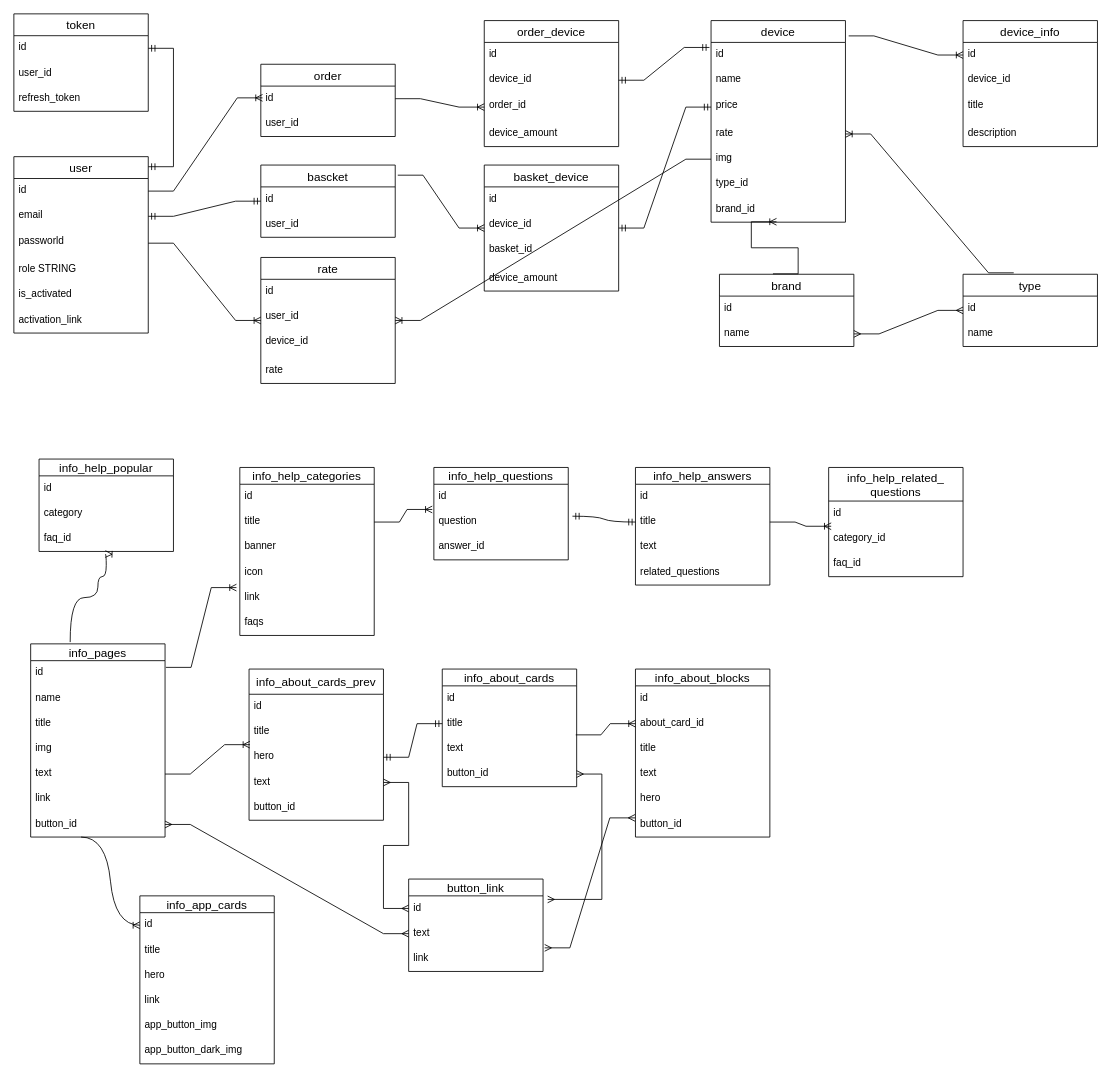
Above: server/models/db_diagram.drawio in zaxel/react_simple_shop (draw.io), before the change. Source tidied: cells renumbered, new cells numbered last; positions are measured from the earlier drawing's top-left corner, leaving out a move shared by most shapes. Both pictures are drawn from the tidied source at 84%, with x=0, y=0 at pixel (13, 13).
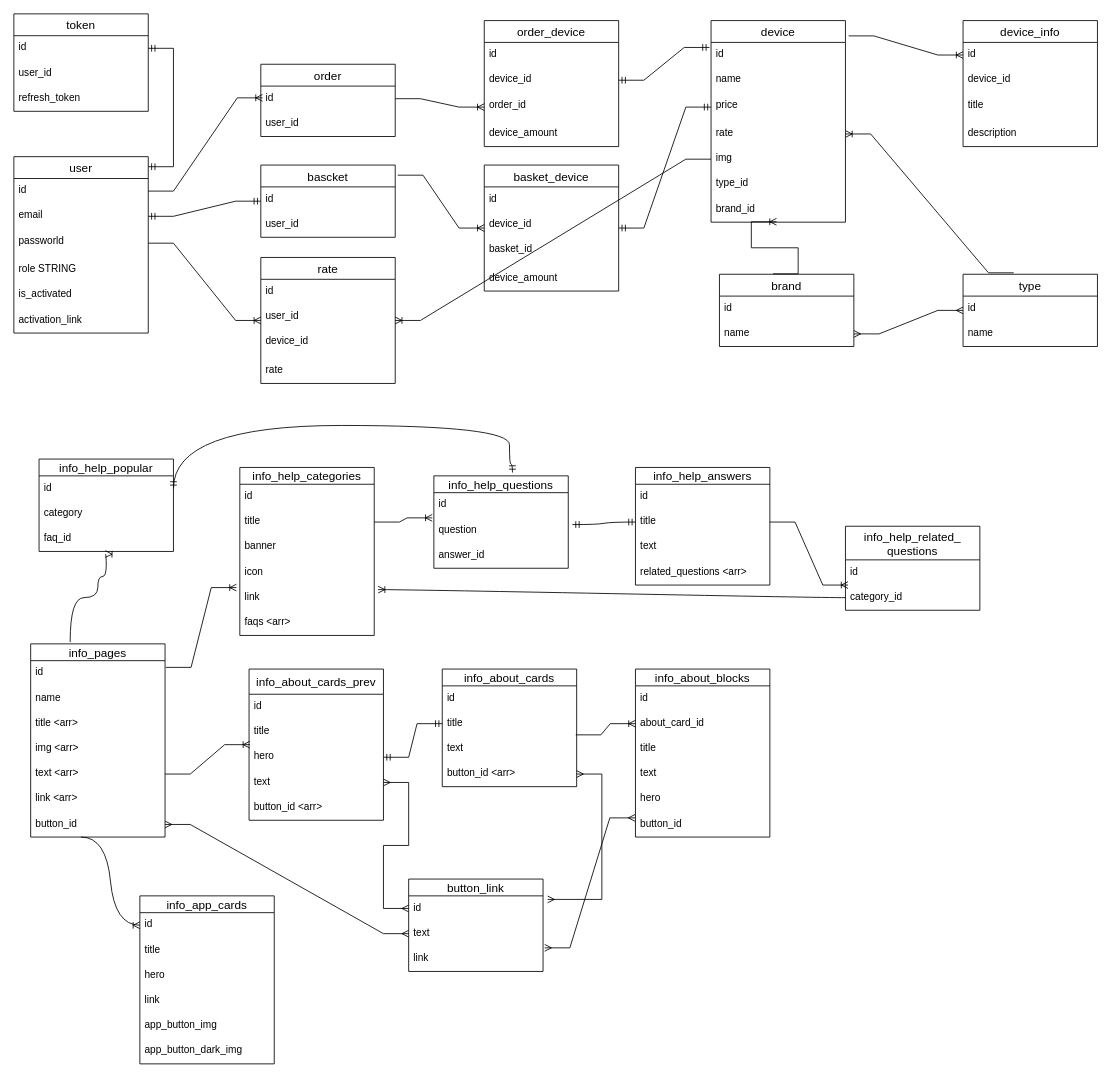
Above is the later version.

Commit message:
update db info page diagram

The change refers to these unchanged cells:
```xml
<mxCell id="66" value="info_pages" style="swimlane;fontStyle=0;horizontal=1;startSize=20;align=center;fontSize=14;" parent="1" vertex="1">
  <mxGeometry x="20" y="750" width="160" height="230" as="geometry" />
</mxCell>
<mxCell id="78" value="info_help_categories" style="swimlane;fontStyle=0;horizontal=1;startSize=20;align=center;fontSize=14;" parent="1" vertex="1">
  <mxGeometry x="269" y="540" width="160" height="200" as="geometry" />
</mxCell>
<mxCell id="83" value="link" style="text;strokeColor=none;fillColor=none;spacingLeft=4;spacingRight=4;overflow=hidden;points=[[0,0.5],[1,0.5]];portConstraint=eastwest;fontSize=12;" parent="78" vertex="1">
  <mxGeometry y="140" width="160" height="30" as="geometry" />
</mxCell>
<mxCell id="90" value="id" style="text;strokeColor=none;fillColor=none;spacingLeft=4;spacingRight=4;overflow=hidden;points=[[0,0.5],[1,0.5]];portConstraint=eastwest;fontSize=12;" parent="89" vertex="1">
  <mxGeometry y="20" width="160" height="30" as="geometry" />
</mxCell>
<mxCell id="98" value="category_id" style="text;strokeColor=none;fillColor=none;spacingLeft=4;spacingRight=4;overflow=hidden;points=[[0,0.5],[1,0.5]];portConstraint=eastwest;fontSize=12;" parent="96" vertex="1">
  <mxGeometry y="70" width="160" height="30" as="geometry" />
</mxCell>
<mxCell id="100" value="info_help_answers" style="swimlane;fontStyle=0;horizontal=1;startSize=20;align=center;fontSize=14;" parent="1" vertex="1">
  <mxGeometry x="740" y="540" width="160" height="140" as="geometry" />
</mxCell>
<mxCell id="115" value="info_about_cards_prev" style="swimlane;fontStyle=0;horizontal=1;startSize=30;align=center;fontSize=14;" parent="1" vertex="1">
  <mxGeometry x="280" y="780" width="160" height="180" as="geometry" />
</mxCell>
<mxCell id="122" value="info_about_cards" style="swimlane;fontStyle=0;horizontal=1;startSize=20;align=center;fontSize=14;" parent="1" vertex="1">
  <mxGeometry x="510" y="780" width="160" height="140" as="geometry" />
</mxCell>
```

Change to the diagram source:
```diff
@@
-    <mxCell id="69" value="title" style="text;strokeColor=none;fillColor=none;spacingLeft=4;spacingRight=4;overflow=hidden;fontSize=12;" parent="66" vertex="1">
+    <mxCell id="69" value="title &lt;arr&gt;" style="text;strokeColor=none;fillColor=none;spacingLeft=4;spacingRight=4;overflow=hidden;fontSize=12;" parent="66" vertex="1">
       <mxGeometry y="80" width="160" height="30" as="geometry" />
     </mxCell>
-    <mxCell id="70" value="img" style="text;strokeColor=none;fillColor=none;spacingLeft=4;spacingRight=4;overflow=hidden;fontSize=12;" parent="66" vertex="1">
+    <mxCell id="70" value="img &lt;arr&gt;" style="text;strokeColor=none;fillColor=none;spacingLeft=4;spacingRight=4;overflow=hidden;fontSize=12;" parent="66" vertex="1">
       <mxGeometry y="110" width="160" height="30" as="geometry" />
     </mxCell>
-    <mxCell id="71" value="text" style="text;strokeColor=none;fillColor=none;spacingLeft=4;spacingRight=4;overflow=hidden;points=[[0,0.5],[1,0.5]];portConstraint=eastwest;fontSize=12;" parent="66" vertex="1">
+    <mxCell id="71" value="text &lt;arr&gt;" style="text;strokeColor=none;fillColor=none;spacingLeft=4;spacingRight=4;overflow=hidden;points=[[0,0.5],[1,0.5]];portConstraint=eastwest;fontSize=12;" parent="66" vertex="1">
       <mxGeometry y="140" width="160" height="30" as="geometry" />
     </mxCell>
-    <mxCell id="72" value="link" style="text;strokeColor=none;fillColor=none;spacingLeft=4;spacingRight=4;overflow=hidden;fontSize=12;" parent="66" vertex="1">
+    <mxCell id="72" value="link &lt;arr&gt;" style="text;strokeColor=none;fillColor=none;spacingLeft=4;spacingRight=4;overflow=hidden;fontSize=12;" parent="66" vertex="1">
       <mxGeometry y="170" width="160" height="30" as="geometry" />
     </mxCell>
@@
-    <mxCell id="84" value="faqs" style="text;strokeColor=none;fillColor=none;spacingLeft=4;spacingRight=4;overflow=hidden;fontSize=12;" parent="78" vertex="1">
+    <mxCell id="84" value="faqs &lt;arr&gt;" style="text;strokeColor=none;fillColor=none;spacingLeft=4;spacingRight=4;overflow=hidden;fontSize=12;" parent="78" vertex="1">
       <mxGeometry y="170" width="160" height="30" as="geometry" />
     </mxCell>
     <mxCell id="85" value="info_help_questions" style="swimlane;fontStyle=0;horizontal=1;startSize=20;align=center;fontSize=14;" parent="1" vertex="1">
-      <mxGeometry x="500" y="540" width="160" height="110" as="geometry" />
+      <mxGeometry x="500" y="550" width="160" height="110" as="geometry" />
     </mxCell>
@@
     <mxCell id="96" value="info_help_related_&#10;questions" style="swimlane;fontStyle=0;horizontal=1;startSize=40;align=center;fontSize=14;direction=east;" parent="1" vertex="1">
-      <mxGeometry x="970" y="540" width="160" height="130" as="geometry" />
+      <mxGeometry x="990" y="610" width="160" height="100" as="geometry" />
     </mxCell>
@@
-    <mxCell id="99" value="faq_id" style="text;strokeColor=none;fillColor=none;spacingLeft=4;spacingRight=4;overflow=hidden;fontSize=12;" parent="96" vertex="1">
-      <mxGeometry y="100" width="160" height="30" as="geometry" />
-    </mxCell>
@@
-    <mxCell id="104" value="related_questions" style="text;strokeColor=none;fillColor=none;spacingLeft=4;spacingRight=4;overflow=hidden;fontSize=12;" parent="100" vertex="1">
+    <mxCell id="104" value="related_questions &lt;arr&gt;" style="text;strokeColor=none;fillColor=none;spacingLeft=4;spacingRight=4;overflow=hidden;fontSize=12;" parent="100" vertex="1">
       <mxGeometry y="110" width="160" height="30" as="geometry" />
     </mxCell>
@@
-    <mxCell id="120" value="button_id" style="text;strokeColor=none;fillColor=none;spacingLeft=4;spacingRight=4;overflow=hidden;fontSize=12;" parent="115" vertex="1">
+    <mxCell id="120" value="button_id &lt;arr&gt;" style="text;strokeColor=none;fillColor=none;spacingLeft=4;spacingRight=4;overflow=hidden;fontSize=12;" parent="115" vertex="1">
       <mxGeometry y="150" width="160" height="30" as="geometry" />
     </mxCell>
@@
-    <mxCell id="126" value="button_id" style="text;strokeColor=none;fillColor=none;spacingLeft=4;spacingRight=4;overflow=hidden;points=[[0,0.5],[1,0.5]];portConstraint=eastwest;fontSize=12;" parent="122" vertex="1">
+    <mxCell id="126" value="button_id &lt;arr&gt;" style="text;strokeColor=none;fillColor=none;spacingLeft=4;spacingRight=4;overflow=hidden;points=[[0,0.5],[1,0.5]];portConstraint=eastwest;fontSize=12;" parent="122" vertex="1">
       <mxGeometry y="110" width="160" height="30" as="geometry" />
     </mxCell>
@@
+    <mxCell id="140" style="edgeStyle=orthogonalEdgeStyle;fontSize=12;html=1;endArrow=ERmandOne;startArrow=ERmandOne;rounded=0;exitX=1;exitY=0.5;exitDx=0;exitDy=0;curved=1;entryX=0.585;entryY=-0.036;entryDx=0;entryDy=0;entryPerimeter=0;" parent="1" edge="1" source="90" target="85">
+      <mxGeometry relative="1" as="geometry">
+        <Array as="points">
+          <mxPoint x="190" y="490" />
+          <mxPoint x="590" y="490" />
+          <mxPoint x="590" y="536" />
+        </Array>
+      </mxGeometry>
+    </mxCell>
+    <mxCell id="141" style="edgeStyle=entityRelationEdgeStyle;fontSize=12;html=1;endArrow=ERoneToMany;rounded=0;curved=1;entryX=1.029;entryY=0.18;entryDx=0;entryDy=0;entryPerimeter=0;exitX=0;exitY=0.5;exitDx=0;exitDy=0;" parent="1" edge="1" source="98" target="83">
+      <mxGeometry relative="1" as="geometry" />
+    </mxCell>
```
